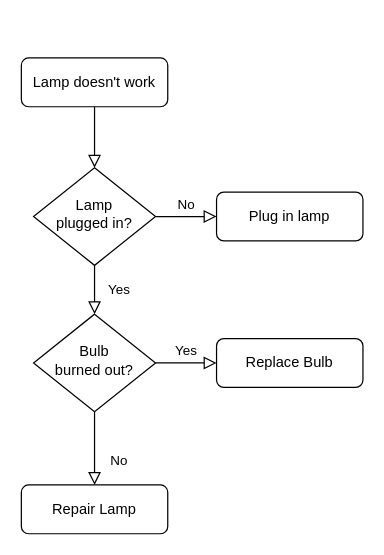
Earlier version of the draw.io diagram Untitled Diagram.drawio (j-nowland/minesweeper_assessment_2). Source tidied: cells renumbered, new cells numbered last; positions are measured from the earlier drawing's top-left corner, leaving out a move shared by most shapes. Both pictures are drawn from the tidied source at 122%, with x=0, y=0 at pixel (21, 57).
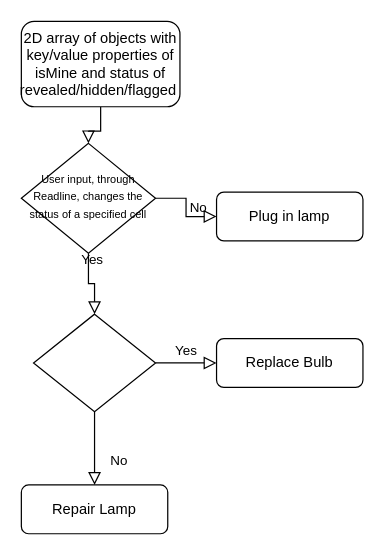
Above is the later version.

What changed in the source:
```diff
@@
 <mxGraphModel>
   <root>
     <mxCell id="0" />
     <mxCell id="1" parent="0" />
     <mxCell id="2" style="rounded=0;html=1;jettySize=auto;fontSize=11;endArrow=block;endFill=0;endSize=8;strokeWidth=1;shadow=0;labelBackgroundColor=none;edgeStyle=orthogonalEdgeStyle;" parent="1" edge="1" source="3" target="6">
       <mxGeometry relative="1" as="geometry" />
     </mxCell>
-    <mxCell id="3" value="Lamp doesn't work" style="rounded=1;whiteSpace=wrap;html=1;fontSize=12;glass=0;strokeWidth=1;shadow=0;" parent="1" vertex="1">
-      <mxGeometry width="120" height="40" as="geometry" />
+    <mxCell id="3" value="2D array of objects with key/value properties of isMine and status of revealed/hidden/flagged&amp;nbsp;" style="rounded=1;whiteSpace=wrap;html=1;fontSize=12;glass=0;strokeWidth=1;shadow=0;" parent="1" vertex="1">
+      <mxGeometry y="-30" width="130" height="70" as="geometry" />
     </mxCell>
     <mxCell id="4" value="Yes" style="rounded=0;html=1;jettySize=auto;fontSize=11;endArrow=block;endFill=0;endSize=8;strokeWidth=1;shadow=0;labelBackgroundColor=none;edgeStyle=orthogonalEdgeStyle;" parent="1" edge="1" source="6" target="10">
       <mxGeometry y="20" relative="1" as="geometry" />
     </mxCell>
     <mxCell id="5" value="No" style="edgeStyle=orthogonalEdgeStyle;rounded=0;html=1;jettySize=auto;fontSize=11;endArrow=block;endFill=0;endSize=8;strokeWidth=1;shadow=0;labelBackgroundColor=none;" parent="1" edge="1" source="6" target="7">
       <mxGeometry y="10" relative="1" as="geometry" />
     </mxCell>
-    <mxCell id="6" value="Lamp&lt;br&gt;plugged in?" style="rhombus;whiteSpace=wrap;html=1;shadow=0;fontFamily=Helvetica;fontSize=12;align=center;strokeWidth=1;spacing=6;spacingTop=-4;" parent="1" vertex="1">
-      <mxGeometry x="10" y="90" width="100" height="80" as="geometry" />
+    <mxCell id="6" value="&lt;font style=&quot;font-size: 9px;&quot;&gt;User input, through Readline, changes the status of a specified cell&lt;/font&gt;" style="rhombus;whiteSpace=wrap;html=1;shadow=0;fontFamily=Helvetica;fontSize=12;align=center;strokeWidth=1;spacing=6;spacingTop=-4;" parent="1" vertex="1">
+      <mxGeometry y="70" width="110" height="90" as="geometry" />
     </mxCell>
     <mxCell id="7" value="Plug in lamp" style="rounded=1;whiteSpace=wrap;html=1;fontSize=12;glass=0;strokeWidth=1;shadow=0;" parent="1" vertex="1">
       <mxGeometry x="160" y="110" width="120" height="40" as="geometry" />
     </mxCell>
     <mxCell id="8" value="No" style="rounded=0;html=1;jettySize=auto;fontSize=11;endArrow=block;endFill=0;endSize=8;strokeWidth=1;shadow=0;labelBackgroundColor=none;edgeStyle=orthogonalEdgeStyle;" parent="1" edge="1" source="10" target="11">
       <mxGeometry x="0.33" y="20" relative="1" as="geometry" />
     </mxCell>
     <mxCell id="9" value="Yes" style="edgeStyle=orthogonalEdgeStyle;rounded=0;html=1;jettySize=auto;fontSize=11;endArrow=block;endFill=0;endSize=8;strokeWidth=1;shadow=0;labelBackgroundColor=none;" parent="1" edge="1" source="10" target="12">
       <mxGeometry y="10" relative="1" as="geometry" />
     </mxCell>
-    <mxCell id="10" value="Bulb&lt;br&gt;burned out?" style="rhombus;whiteSpace=wrap;html=1;shadow=0;fontFamily=Helvetica;fontSize=12;align=center;strokeWidth=1;spacing=6;spacingTop=-4;" parent="1" vertex="1">
+    <mxCell id="10" style="rhombus;whiteSpace=wrap;html=1;shadow=0;fontFamily=Helvetica;fontSize=12;align=center;strokeWidth=1;spacing=6;spacingTop=-4;" parent="1" vertex="1">
       <mxGeometry x="10" y="210" width="100" height="80" as="geometry" />
     </mxCell>
     <mxCell id="11" value="Repair Lamp" style="rounded=1;whiteSpace=wrap;html=1;fontSize=12;glass=0;strokeWidth=1;shadow=0;" parent="1" vertex="1">
       <mxGeometry y="350" width="120" height="40" as="geometry" />
     </mxCell>
     <mxCell id="12" value="Replace Bulb" style="rounded=1;whiteSpace=wrap;html=1;fontSize=12;glass=0;strokeWidth=1;shadow=0;" parent="1" vertex="1">
       <mxGeometry x="160" y="230" width="120" height="40" as="geometry" />
     </mxCell>
   </root>
 </mxGraphModel>
```
